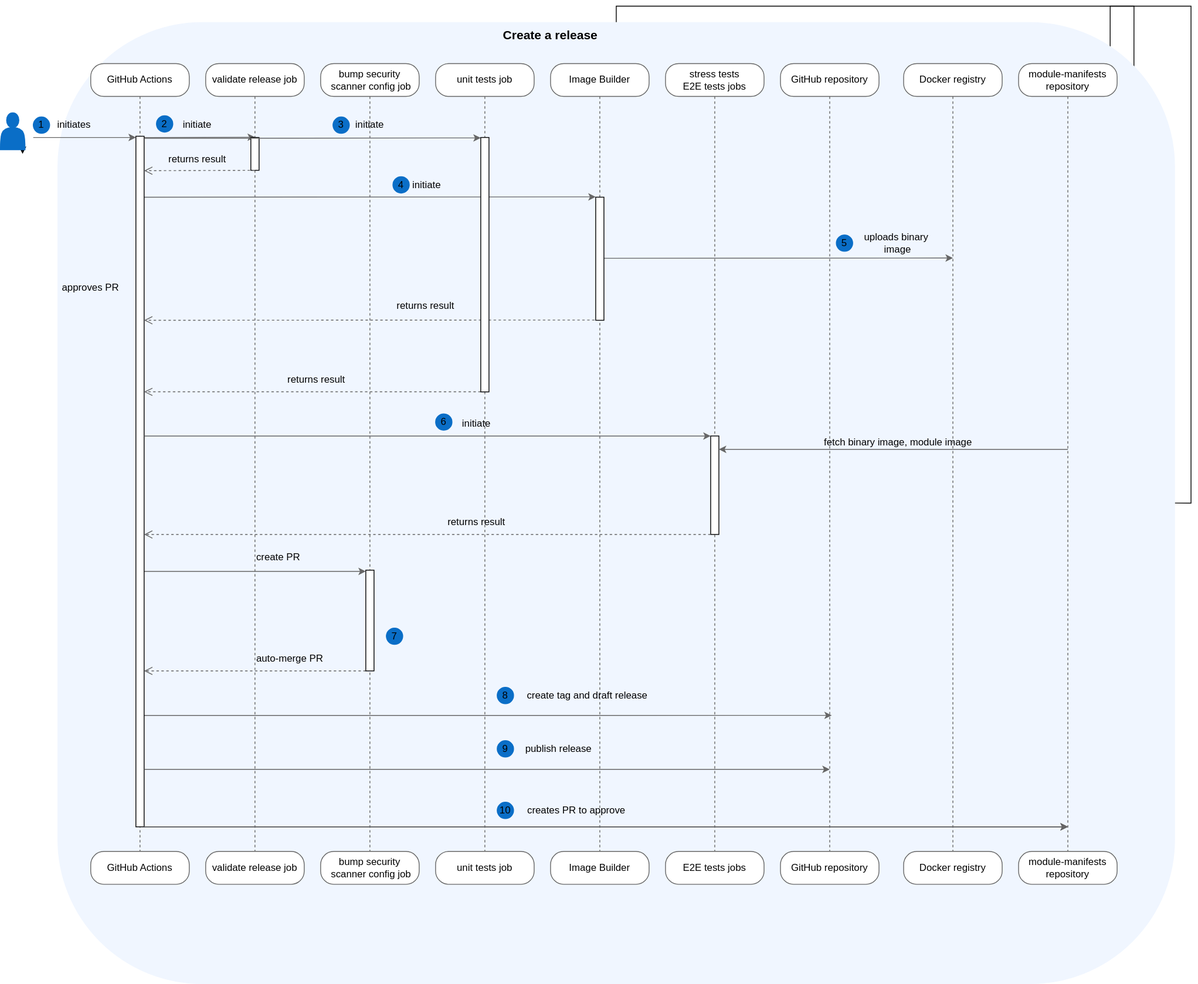
kyma-project/btp-manager keeps this draw.io diagram as docs/assets/release-with-version-submit.drawio.svg. Above is the earlier version. Source tidied: cells renumbered, new cells last; positions are measured from the earlier drawing's top-left corner, leaving out a move shared by most shapes.
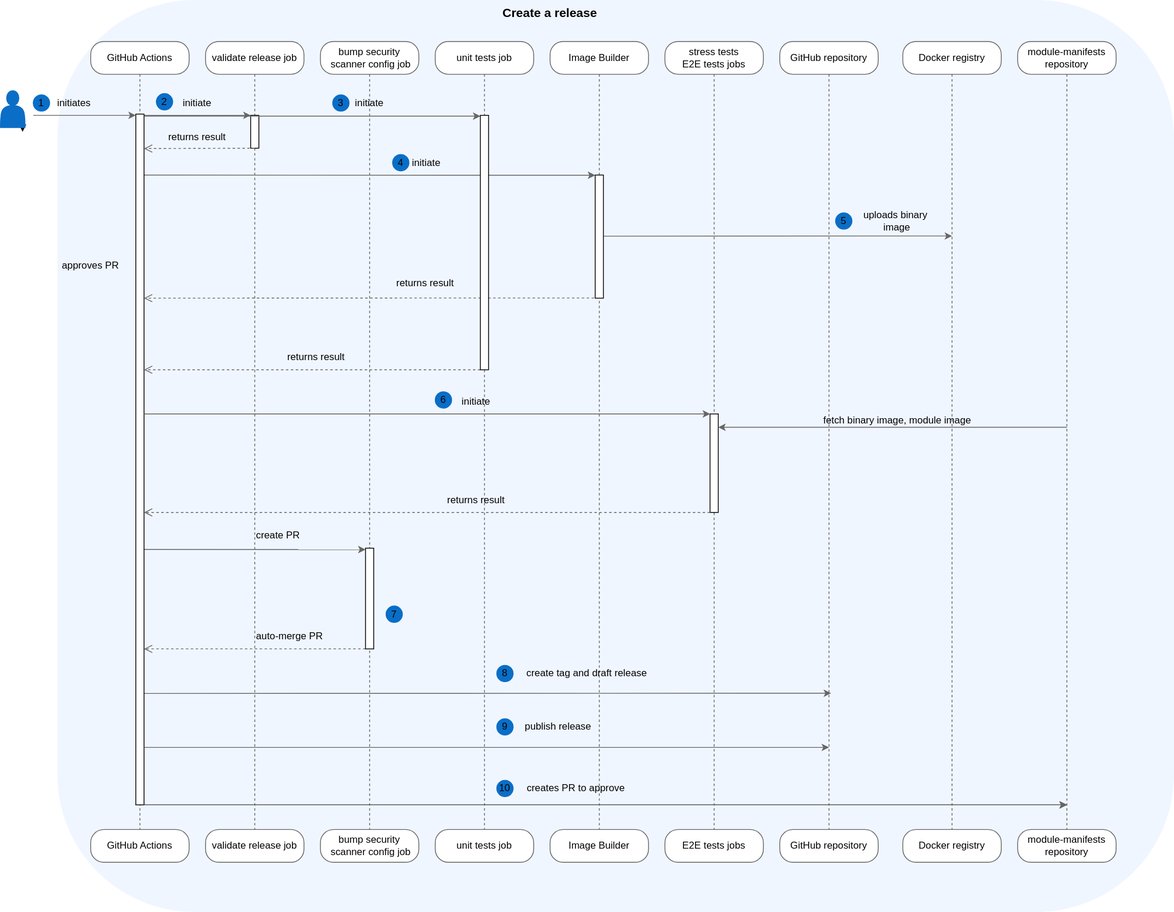
Above is the later version.

Commit message:
both diagrams updated

The edit, as a diff of the source:
```diff
@@ -2,18 +2,8 @@
   <root>
     <mxCell id="0" />
     <mxCell id="1" parent="0" />
-    <mxCell id="2" style="edgeStyle=orthogonalEdgeStyle;rounded=0;jettySize=auto;html=1;fontColor=#000000;" parent="1" edge="1" source="4">
-      <mxGeometry relative="1" as="geometry">
-        <mxPoint x="1380" y="511.2" as="targetPoint" />
-      </mxGeometry>
-    </mxCell>
-    <mxCell id="3" style="edgeStyle=orthogonalEdgeStyle;rounded=0;jettySize=auto;html=1;exitX=1;exitY=0.5;exitDx=0;exitDy=0;fontColor=#000000;" parent="1" edge="1" source="4">
-      <mxGeometry relative="1" as="geometry">
-        <mxPoint x="1351" y="554" as="targetPoint" />
-      </mxGeometry>
-    </mxCell>
     <mxCell id="4" style="rounded=1;whiteSpace=wrap;html=1;fillColor=#f0f6ff;strokeColor=#f0f6ff;verticalAlign=bottom;fontColor=#000000;" parent="1" vertex="1">
-      <mxGeometry x="70" width="1360" height="1171" as="geometry" />
+      <mxGeometry x="70" width="1360" height="1110" as="geometry" />
     </mxCell>
     <mxCell id="5" style="edgeStyle=orthogonalEdgeStyle;html=1;verticalAlign=bottom;endArrow=none;endSize=8;strokeColor=#666666;rounded=1;endFill=0;dashed=1;entryX=0.5;entryY=0;entryDx=0;entryDy=0;fontColor=#000000;" parent="1" edge="1" source="10" target="11">
       <mxGeometry relative="1" as="geometry" />
```
